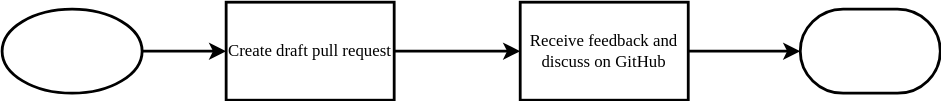
Netbeheer-Nederland/doc-documentation-manual keeps this draw.io diagram as modules/ROOT/images/proc_reviewing_and_discussion.drawio.svg. Above is the earlier version. Source tidied: cells renumbered, new cells last; positions are measured from the earlier drawing's top-left corner, leaving out a move shared by most shapes.
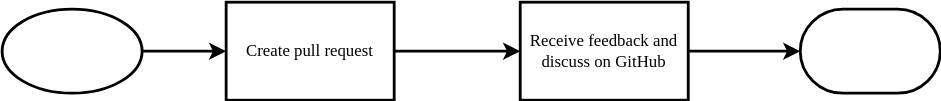
After the change.

What changed in the source:
```diff
@@ -14,7 +14,7 @@
     <mxCell id="5" style="edgeStyle=orthogonalEdgeStyle;rounded=1;jettySize=auto;html=1;entryX=0;entryY=0.5;entryDx=0;entryDy=0;strokeWidth=2;" parent="1" edge="1" source="6" target="8">
       <mxGeometry relative="1" as="geometry" />
     </mxCell>
-    <mxCell id="6" value="Create draft pull request" style="rounded=0;whiteSpace=wrap;html=1;absoluteArcSize=1;arcSize=14;strokeWidth=2;fontFamily=Verdana;" parent="1" vertex="1">
+    <mxCell id="6" value="Create pull request" style="rounded=0;whiteSpace=wrap;html=1;absoluteArcSize=1;arcSize=14;strokeWidth=2;fontFamily=Verdana;" parent="1" vertex="1">
       <mxGeometry x="160" width="120" height="70" as="geometry" />
     </mxCell>
     <mxCell id="7" style="edgeStyle=orthogonalEdgeStyle;rounded=0;jettySize=auto;html=1;strokeWidth=2;" parent="1" edge="1" source="8" target="4">
```
